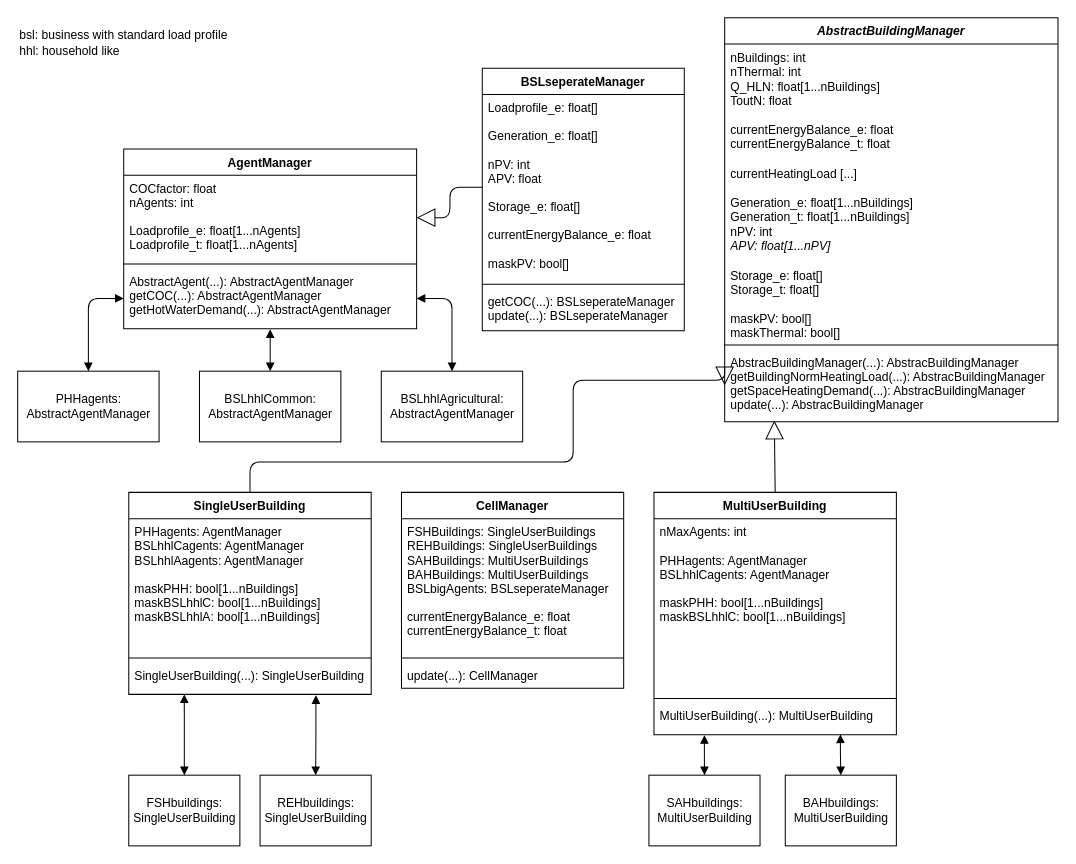
The draw.io diagram page "WithBuildings" (1 of 2) of ModelStructure.drawio in HSZittauGoerlitz/EnSySim, before the edit. Source tidied: cells renumbered, new cells numbered last; positions are measured from the earlier drawing's top-left corner, leaving out a move shared by most shapes. Both pictures are drawn from the tidied source at 101%, with x=0, y=0 at pixel (17, 17).
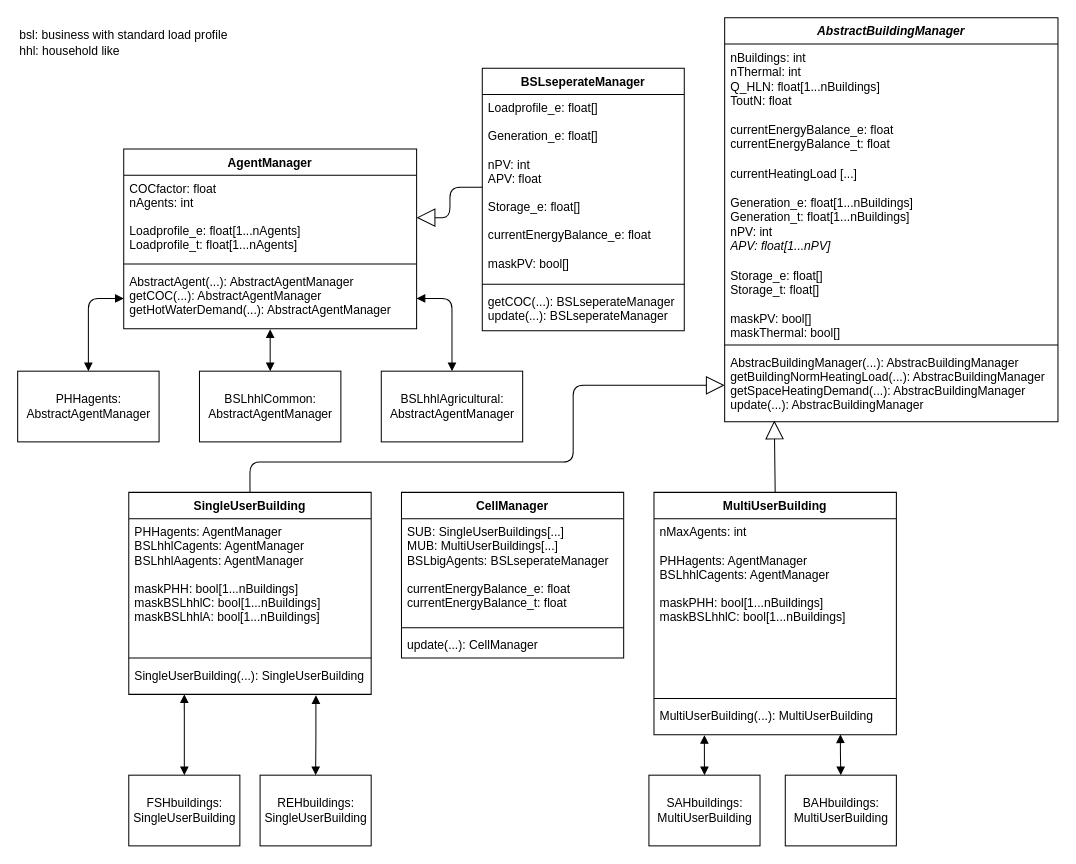
The same diagram, later.

The change refers to these unchanged cells:
```xml
<mxCell id="8" value="SingleUserBuilding" style="swimlane;fontStyle=1;align=center;verticalAlign=top;horizontal=1;startSize=26;" parent="1" vertex="1">
  <mxGeometry x="110" y="470" width="240" height="200" as="geometry" />
</mxCell>
<mxCell id="43" value="AbstracBuildingManager(...): AbstracBuildingManager&#10;getBuildingNormHeatingLoad(...): AbstracBuildingManager&#10;getSpaceHeatingDemand(...): AbstracBuildingManager&#10;update(...): AbstracBuildingManager" style="text;strokeColor=none;fillColor=none;align=left;verticalAlign=top;spacingLeft=4;spacingRight=4;overflow=hidden;points=[[0,0.5],[1,0.5]];portConstraint=eastwest;" parent="40" vertex="1">
  <mxGeometry y="328" width="330" height="72" as="geometry" />
</mxCell>
```

What changed in the source:
```diff
@@
     <mxCell id="24" value="CellManager" style="swimlane;fontStyle=1;align=center;verticalAlign=top;horizontal=1;startSize=26;" parent="1" vertex="1">
-      <mxGeometry x="380" y="470" width="220" height="194" as="geometry" />
+      <mxGeometry x="380" y="470" width="220" height="164" as="geometry" />
     </mxCell>
-    <mxCell id="25" value="FSHBuildings: SingleUserBuildings&#10;REHBuildings: SingleUserBuildings&#10;SAHBuildings: MultiUserBuildings&#10;BAHBuildings: MultiUserBuildings&#10;BSLbigAgents: BSLseperateManager&#10;&#10;currentEnergyBalance_e: float&#10;currentEnergyBalance_t: float" style="text;strokeColor=none;fillColor=none;align=left;verticalAlign=top;spacingLeft=4;spacingRight=4;overflow=hidden;" parent="24" vertex="1">
-      <mxGeometry y="26" width="220" height="134" as="geometry" />
+    <mxCell id="25" value="SUB: SingleUserBuildings[...]&#10;MUB: MultiUserBuildings[...]&#10;BSLbigAgents: BSLseperateManager&#10;&#10;currentEnergyBalance_e: float&#10;currentEnergyBalance_t: float" style="text;strokeColor=none;fillColor=none;align=left;verticalAlign=top;spacingLeft=4;spacingRight=4;overflow=hidden;" parent="24" vertex="1">
+      <mxGeometry y="26" width="220" height="104" as="geometry" />
     </mxCell>
     <mxCell id="26" style="line;strokeWidth=1;fillColor=none;align=left;verticalAlign=middle;spacingTop=-1;spacingLeft=3;spacingRight=3;labelPosition=right;" parent="24" vertex="1">
-      <mxGeometry y="160" width="220" height="8" as="geometry" />
+      <mxGeometry y="130" width="220" height="8" as="geometry" />
     </mxCell>
     <mxCell id="27" value="update(...): CellManager" style="text;strokeColor=none;fillColor=none;align=left;verticalAlign=top;spacingLeft=4;spacingRight=4;overflow=hidden;" parent="24" vertex="1">
-      <mxGeometry y="168" width="220" height="26" as="geometry" />
+      <mxGeometry y="138" width="220" height="26" as="geometry" />
     </mxCell>
     <mxCell id="28" style="endArrow=block;endSize=16;endFill=0;html=1;exitX=0.5;exitY=0;exitDx=0;exitDy=0;edgeStyle=orthogonalEdgeStyle;entryX=0;entryY=0.5;entryDx=0;entryDy=0;" parent="1" edge="1" source="8" target="43">
       <mxGeometry relative="1" as="geometry">
         <Array as="points">
           <mxPoint x="230" y="440" />
           <mxPoint x="550" y="440" />
-          <mxPoint x="550" y="359" />
+          <mxPoint x="550" y="364" />
         </Array>
       </mxGeometry>
     </mxCell>
```
